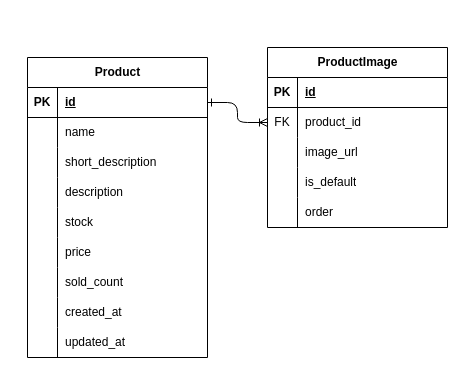
RHILIUS/E-Commerce-Docs keeps this draw.io diagram as page "Ecommerce" (6 of 6) of diagrams/e-commerce-entity-relationship-diagram.drawio. Above is the earlier version. Source tidied: cells renumbered, new cells numbered last; positions are measured from the earlier drawing's top-left corner, leaving out a move shared by most shapes. Both pictures are drawn from the tidied source at 100%, with x=0, y=0 at pixel (27, 47).
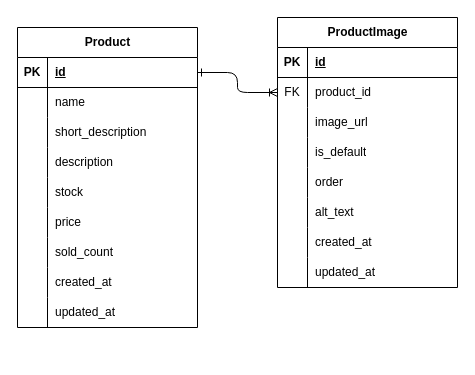
The same page after the edit.

What changed in the source:
```diff
@@
     <mxCell id="2" value="Product" style="shape=table;startSize=30;childLayout=tableLayout;rowLines=0;fontStyle=1;align=center;html=1;" parent="1" vertex="1">
-      <mxGeometry y="10" width="180" height="300" as="geometry" />
+      <mxGeometry x="-10" y="-20" width="180" height="300" as="geometry" />
     </mxCell>
@@
     <mxCell id="30" value="ProductImage" style="shape=table;startSize=30;childLayout=tableLayout;rowLines=0;fontStyle=1;align=center;html=1;" parent="1" vertex="1">
-      <mxGeometry x="240" width="180" height="180" as="geometry" />
+      <mxGeometry x="250" y="-30" width="180" height="270" as="geometry" />
     </mxCell>
@@
+    <mxCell id="47" style="shape=tableRow;horizontal=0;startSize=0;swimlaneHead=0;swimlaneBody=0;fillColor=none;top=0;left=0;right=0;bottom=0;" parent="30" vertex="1">
+      <mxGeometry y="180" width="180" height="30" as="geometry" />
+    </mxCell>
+    <mxCell id="48" style="shape=partialRectangle;fillColor=none;top=0;left=0;bottom=0;right=0;overflow=hidden;whiteSpace=wrap;html=1;" parent="47" vertex="1">
+      <mxGeometry width="30" height="30" as="geometry" />
+    </mxCell>
+    <mxCell id="49" value="alt_text" style="shape=partialRectangle;fillColor=none;top=0;left=0;bottom=0;right=0;align=left;spacingLeft=6;overflow=hidden;whiteSpace=wrap;html=1;" parent="47" vertex="1">
+      <mxGeometry x="30" width="150" height="30" as="geometry" />
+    </mxCell>
+    <mxCell id="50" style="shape=tableRow;horizontal=0;startSize=0;swimlaneHead=0;swimlaneBody=0;fillColor=none;top=0;left=0;right=0;bottom=0;" parent="30" vertex="1">
+      <mxGeometry y="210" width="180" height="30" as="geometry" />
+    </mxCell>
+    <mxCell id="51" style="shape=partialRectangle;fillColor=none;top=0;left=0;bottom=0;right=0;overflow=hidden;whiteSpace=wrap;html=1;" parent="50" vertex="1">
+      <mxGeometry width="30" height="30" as="geometry" />
+    </mxCell>
+    <mxCell id="52" value="created_at" style="shape=partialRectangle;fillColor=none;top=0;left=0;bottom=0;right=0;align=left;spacingLeft=6;overflow=hidden;whiteSpace=wrap;html=1;" parent="50" vertex="1">
+      <mxGeometry x="30" width="150" height="30" as="geometry" />
+    </mxCell>
+    <mxCell id="53" style="shape=tableRow;horizontal=0;startSize=0;swimlaneHead=0;swimlaneBody=0;fillColor=none;top=0;left=0;right=0;bottom=0;" parent="30" vertex="1">
+      <mxGeometry y="240" width="180" height="30" as="geometry" />
+    </mxCell>
+    <mxCell id="54" style="shape=partialRectangle;fillColor=none;top=0;left=0;bottom=0;right=0;overflow=hidden;whiteSpace=wrap;html=1;" parent="53" vertex="1">
+      <mxGeometry width="30" height="30" as="geometry" />
+    </mxCell>
+    <mxCell id="55" value="updated_at" style="shape=partialRectangle;fillColor=none;top=0;left=0;bottom=0;right=0;align=left;spacingLeft=6;overflow=hidden;whiteSpace=wrap;html=1;" parent="53" vertex="1">
+      <mxGeometry x="30" width="150" height="30" as="geometry" />
+    </mxCell>
```
